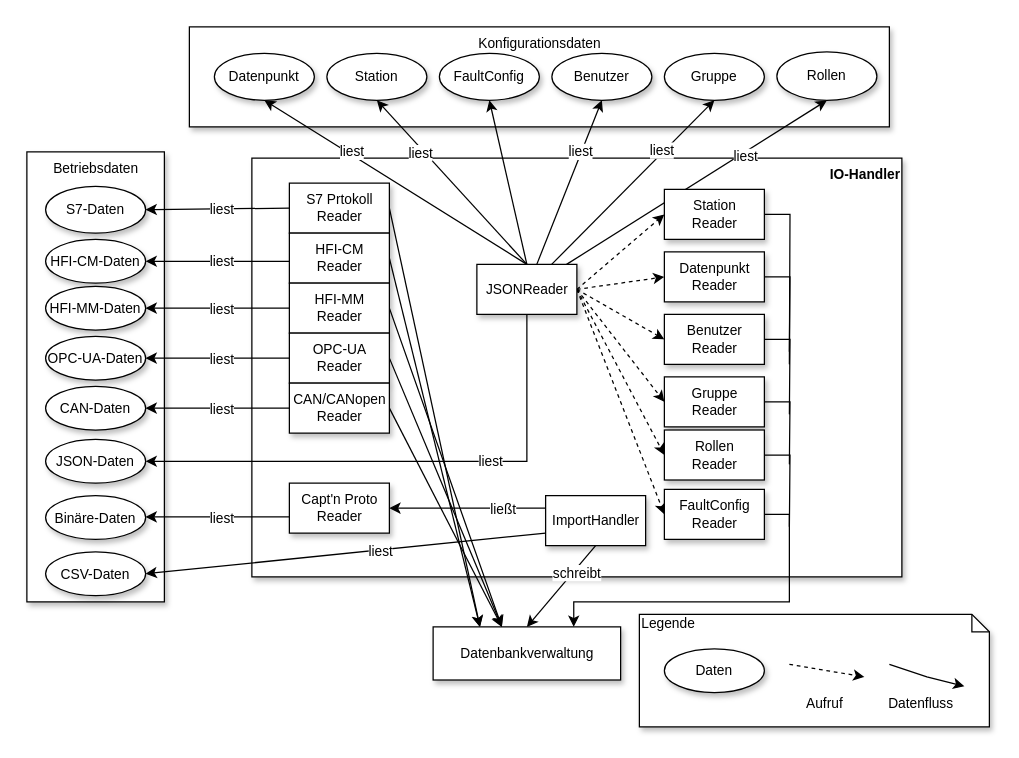
Before: Graphics/bausteinansicht_ebene_2_IO-Modul.drawio in Boneau2007/Softwarearchitektur, a draw.io diagram. Source tidied: cells renumbered, new cells numbered last; positions are measured from the earlier drawing's top-left corner, leaving out a move shared by most shapes. Both pictures are drawn from the tidied source at 125%, with x=0, y=0 at pixel (26, 26).
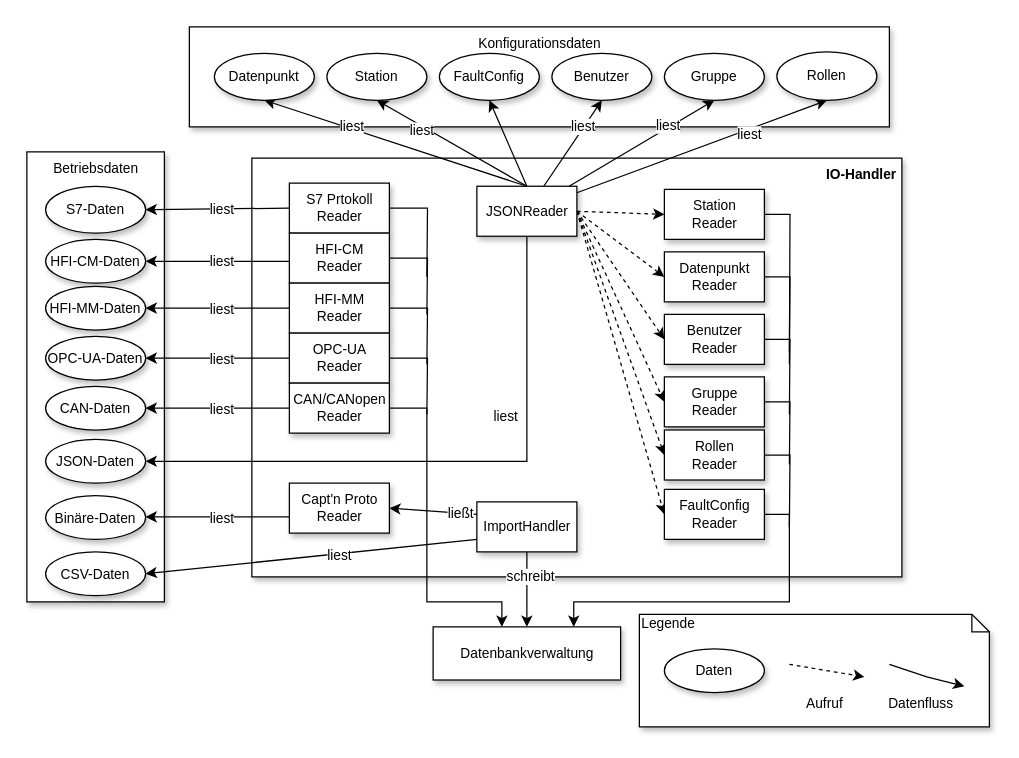
Above is the later version.

The change refers to these unchanged cells:
```xml
<mxCell id="8" value="&lt;div&gt;S7 Prtokoll&lt;/div&gt;&lt;div&gt;Reader&lt;/div&gt;" style="html=1;rounded=0;shadow=1;gradientColor=none;fontSize=11;align=center;" parent="1" vertex="1">
  <mxGeometry x="210" y="125" width="80" height="40" as="geometry" />
</mxCell>
<mxCell id="10" value="&lt;div&gt;HFI-CM&lt;br&gt;&lt;/div&gt;&lt;div&gt;Reader&lt;/div&gt;" style="html=1;rounded=0;shadow=1;gradientColor=none;fontSize=11;align=center;" parent="1" vertex="1">
  <mxGeometry x="210" y="165" width="80" height="40" as="geometry" />
</mxCell>
<mxCell id="12" value="&lt;div&gt;HFI-MM&lt;/div&gt;&lt;div&gt;Reader&lt;/div&gt;" style="html=1;rounded=0;shadow=1;gradientColor=none;fontSize=11;align=center;" parent="1" vertex="1">
  <mxGeometry x="210" y="205" width="80" height="40" as="geometry" />
</mxCell>
<mxCell id="14" value="&lt;div&gt;OPC-UA&lt;/div&gt;&lt;div&gt;Reader&lt;/div&gt;" style="html=1;rounded=0;shadow=1;gradientColor=none;fontSize=11;align=center;" parent="1" vertex="1">
  <mxGeometry x="210" y="245" width="80" height="40" as="geometry" />
</mxCell>
<mxCell id="16" value="&lt;div&gt;CAN/CANopen&lt;/div&gt;&lt;div&gt;Reader&lt;/div&gt;" style="html=1;rounded=0;shadow=1;gradientColor=none;fontSize=11;align=center;" parent="1" vertex="1">
  <mxGeometry x="210" y="285" width="80" height="40" as="geometry" />
</mxCell>
<mxCell id="67" value="Datenbankverwaltung" style="html=1;fontSize=11;align=center;verticalAlign=middle;gradientColor=none;rounded=0;shadow=1;" parent="1" vertex="1">
  <mxGeometry x="325" y="480" width="150" height="42.5" as="geometry" />
</mxCell>
```

Change to the diagram source:
```diff
@@
-    <mxCell id="4" value="&lt;b&gt;IO-Handler&lt;/b&gt;" style="html=1;fontSize=11;align=right;verticalAlign=top;gradientColor=none;rounded=0;shadow=1;" parent="1" vertex="1">
+    <mxCell id="4" value="&lt;div align=&quot;right&quot;&gt;&lt;b&gt;IO-Handler&amp;nbsp; &lt;br&gt;&lt;/b&gt;&lt;/div&gt;" style="html=1;fontSize=11;align=right;verticalAlign=top;gradientColor=none;rounded=0;shadow=1;" parent="1" vertex="1">
       <mxGeometry x="180" y="105" width="520" height="335" as="geometry" />
     </mxCell>
@@
-    <mxCell id="7" style="edgeStyle=none;rounded=0;jettySize=auto;html=1;exitX=1;exitY=0.5;exitDx=0;exitDy=0;entryX=0.25;entryY=0;entryDx=0;entryDy=0;startArrow=none;startFill=0;endArrow=classic;endFill=1;fontSize=11;" parent="1" edge="1" source="8" target="67">
-      <mxGeometry relative="1" as="geometry" />
-    </mxCell>
+    <mxCell id="89" style="edgeStyle=orthogonalEdgeStyle;rounded=0;jettySize=auto;html=1;exitX=1;exitY=0.5;exitDx=0;exitDy=0;startArrow=none;startFill=0;endArrow=none;endFill=0;fontSize=11;" parent="1" edge="1" source="8">
+      <mxGeometry relative="1" as="geometry">
+        <mxPoint x="320" y="200" as="targetPoint" />
+      </mxGeometry>
+    </mxCell>
@@
-    <mxCell id="9" style="edgeStyle=none;rounded=0;jettySize=auto;html=1;exitX=1;exitY=0.5;exitDx=0;exitDy=0;entryX=0.25;entryY=0;entryDx=0;entryDy=0;startArrow=none;startFill=0;endArrow=classic;endFill=1;fontSize=11;" parent="1" edge="1" source="10" target="67">
-      <mxGeometry relative="1" as="geometry" />
-    </mxCell>
+    <mxCell id="90" style="edgeStyle=orthogonalEdgeStyle;rounded=0;jettySize=auto;html=1;exitX=1;exitY=0.5;exitDx=0;exitDy=0;startArrow=none;startFill=0;endArrow=none;endFill=0;fontSize=11;" parent="1" edge="1" source="10">
+      <mxGeometry relative="1" as="geometry">
+        <mxPoint x="320" y="230" as="targetPoint" />
+      </mxGeometry>
+    </mxCell>
@@
-    <mxCell id="11" style="edgeStyle=none;rounded=0;jettySize=auto;html=1;exitX=1;exitY=0.5;exitDx=0;exitDy=0;startArrow=none;startFill=0;endArrow=classic;endFill=1;fontSize=11;" parent="1" edge="1" source="12">
-      <mxGeometry relative="1" as="geometry">
-        <mxPoint x="380" y="480" as="targetPoint" />
-      </mxGeometry>
-    </mxCell>
+    <mxCell id="91" style="edgeStyle=orthogonalEdgeStyle;rounded=0;jettySize=auto;html=1;exitX=1;exitY=0.5;exitDx=0;exitDy=0;startArrow=none;startFill=0;endArrow=none;endFill=0;fontSize=11;" parent="1" edge="1" source="12">
+      <mxGeometry relative="1" as="geometry">
+        <mxPoint x="320" y="270" as="targetPoint" />
+      </mxGeometry>
+    </mxCell>
@@
-    <mxCell id="13" style="edgeStyle=none;rounded=0;jettySize=auto;html=1;exitX=1;exitY=0.5;exitDx=0;exitDy=0;startArrow=none;startFill=0;endArrow=classic;endFill=1;fontSize=11;" parent="1" edge="1" source="14">
-      <mxGeometry relative="1" as="geometry">
-        <mxPoint x="380" y="480" as="targetPoint" />
-      </mxGeometry>
-    </mxCell>
+    <mxCell id="92" style="edgeStyle=orthogonalEdgeStyle;rounded=0;jettySize=auto;html=1;exitX=1;exitY=0.5;exitDx=0;exitDy=0;startArrow=none;startFill=0;endArrow=none;endFill=0;fontSize=11;" parent="1" edge="1" source="14">
+      <mxGeometry relative="1" as="geometry">
+        <mxPoint x="320" y="310" as="targetPoint" />
+      </mxGeometry>
+    </mxCell>
@@
-    <mxCell id="15" style="edgeStyle=none;rounded=0;jettySize=auto;html=1;exitX=1;exitY=0.5;exitDx=0;exitDy=0;startArrow=none;startFill=0;endArrow=classic;endFill=1;fontSize=11;" parent="1" edge="1" source="16">
+    <mxCell id="15" style="edgeStyle=orthogonalEdgeStyle;rounded=0;jettySize=auto;html=1;exitX=1;exitY=0.5;exitDx=0;exitDy=0;startArrow=none;startFill=0;endArrow=classic;endFill=1;fontSize=11;" parent="1" edge="1" source="16">
       <mxGeometry relative="1" as="geometry">
         <mxPoint x="380" y="480" as="targetPoint" />
+        <Array as="points">
+          <mxPoint x="320" y="305" />
+          <mxPoint x="320" y="460" />
+          <mxPoint x="380" y="460" />
+        </Array>
       </mxGeometry>
     </mxCell>
@@
     <mxCell id="51" value="JSONReader" style="html=1;rounded=0;shadow=1;gradientColor=none;fontSize=11;align=center;" parent="1" vertex="1">
-      <mxGeometry x="360" y="190" width="80" height="40" as="geometry" />
+      <mxGeometry x="360" y="127.5" width="80" height="40" as="geometry" />
     </mxCell>
@@
     <mxCell id="66" value="ImportHandler" style="html=1;rounded=0;shadow=1;gradientColor=none;fontSize=11;align=center;" parent="1" vertex="1">
-      <mxGeometry x="415" y="375" width="80" height="40" as="geometry" />
+      <mxGeometry x="360" y="380" width="80" height="40" as="geometry" />
     </mxCell>
```
